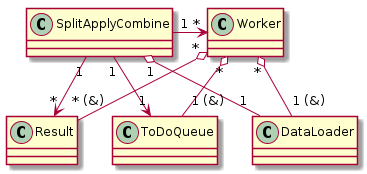
Before: images/class_mutex.png, a diagram exported from PlantUML (mati1297/tp2_taller1). The source it was exported from:
```plantuml
@startuml class_mutex

class SplitApplyCombine

class Worker

class Result

class DataLoader

class ToDoQueue



SplitApplyCombine "1" -> "*" Worker

SplitApplyCombine "1" o-- "1" DataLoader

SplitApplyCombine "1" -> "*" Result

SplitApplyCombine "1" -> "1" ToDoQueue

Worker "*" o-down- "1 (&)" DataLoader

Worker "*" o-down- " * (&)" Result

Worker "*" o-down- "1 (&)" ToDoQueue

@enduml
```
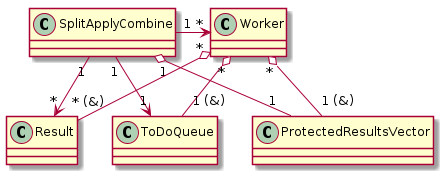
Above is the later version.

Diff of the diagram source:
```diff
@@ -6,7 +6,7 @@
 
 class Result
 
-class DataLoader
+class ProtectedResultsVector
 
 class ToDoQueue
 
@@ -14,13 +14,13 @@
 
 SplitApplyCombine "1" -> "*" Worker
 
-SplitApplyCombine "1" o-- "1" DataLoader
+SplitApplyCombine "1" o-- "1" ProtectedResultsVector
 
 SplitApplyCombine "1" -> "*" Result
 
 SplitApplyCombine "1" -> "1" ToDoQueue
 
-Worker "*" o-down- "1 (&)" DataLoader
+Worker "*" o-down- "1 (&)" ProtectedResultsVector
 
 Worker "*" o-down- " * (&)" Result
 
```
